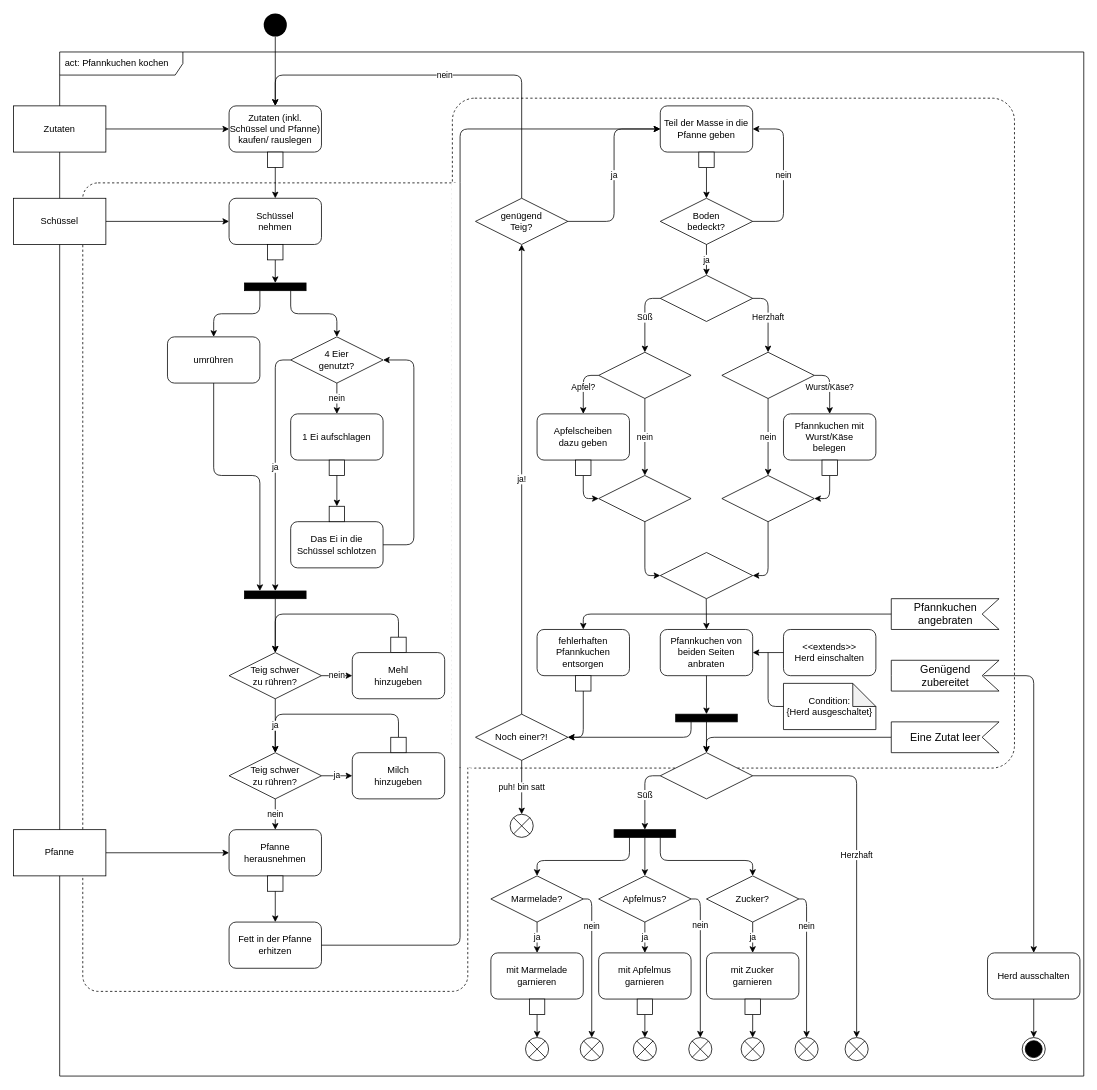
Earlier version of the draw.io diagram swt_wende_tim_h05/swt_wende_tim_h05_activity_diagram.drawio (tmwnd/fha-swt). Source tidied: cells renumbered, new cells numbered last; positions are measured from the earlier drawing's top-left corner, leaving out a move shared by most shapes. Both pictures are drawn from the tidied source at 77%, with x=0, y=0 at pixel (13, 13).
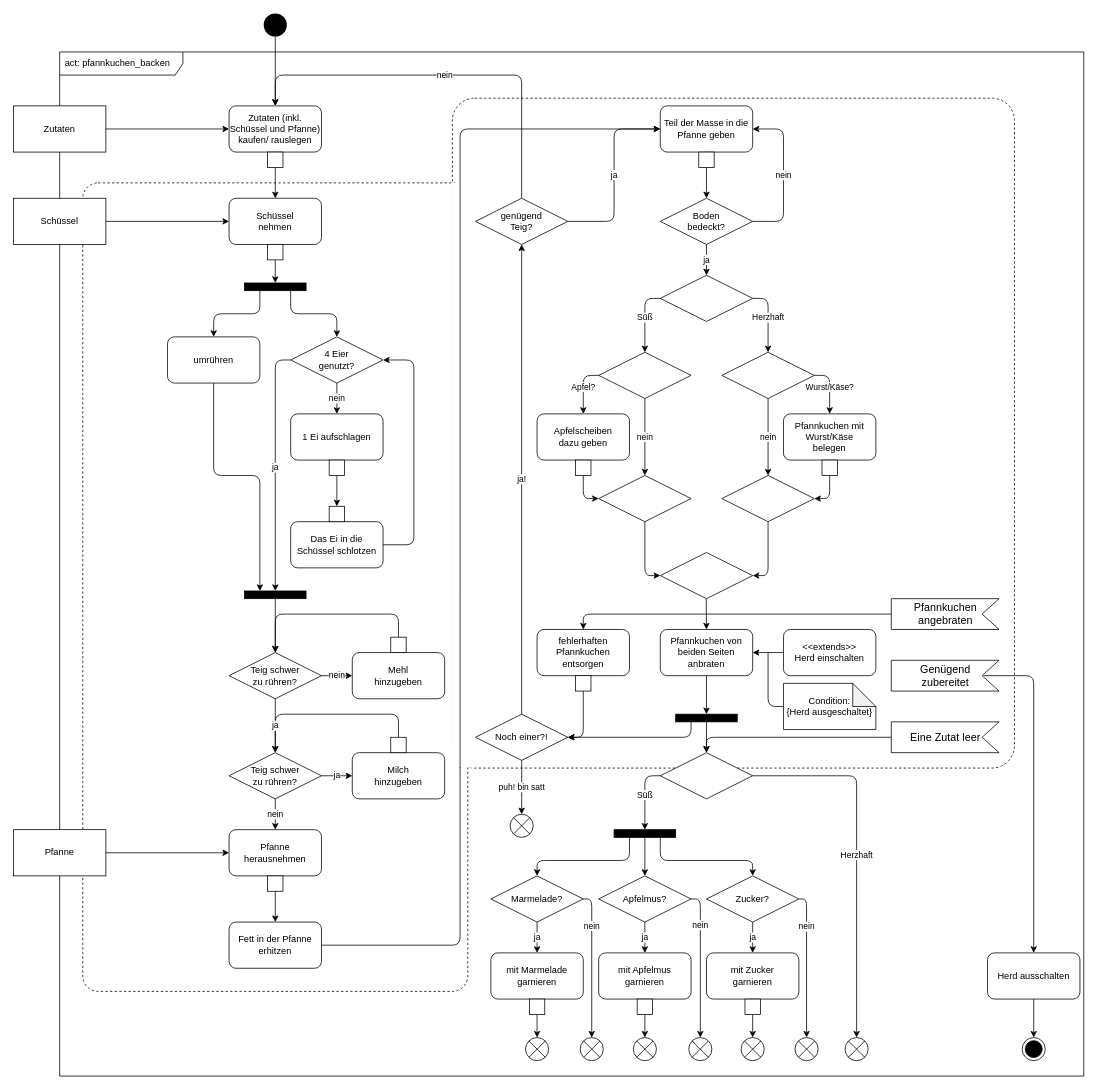
The same page after the edit.

Commit message (it also covers changes not shown here):
modified activity diagram

What changed in the source:
```diff
@@
-    <mxCell id="2" value="act: Pfannkuchen kochen" style="shape=umlFrame;whiteSpace=wrap;html=1;width=160;height=30;boundedLbl=1;verticalAlign=middle;align=left;spacingLeft=5;" parent="1" vertex="1">
+    <mxCell id="2" value="act: pfannkuchen_backen" style="shape=umlFrame;whiteSpace=wrap;html=1;width=160;height=30;boundedLbl=1;verticalAlign=middle;align=left;spacingLeft=5;" parent="1" vertex="1">
       <mxGeometry x="60" y="50" width="1330" height="1330" as="geometry" />
     </mxCell>
```
